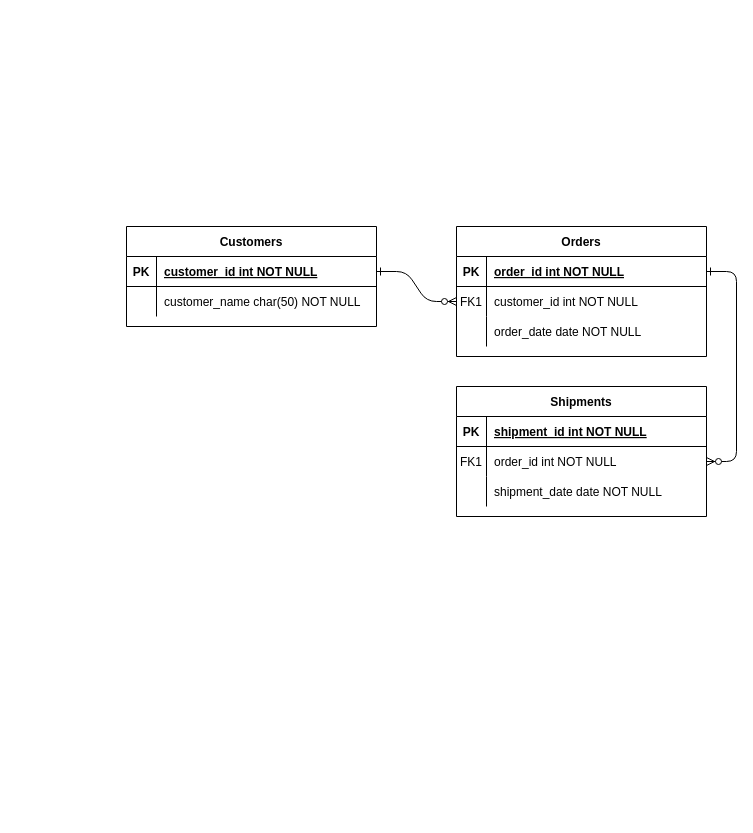
Before: Untitled Diagram.drawio in Ironhack-Data-0621-Remote/lab-database-normalization, a draw.io diagram. Source tidied: cells renumbered, new cells numbered last; positions are measured from the earlier drawing's top-left corner, leaving out a move shared by most shapes. Both pictures are drawn from the tidied source at 100%, with x=0, y=0 at pixel (126, 226).
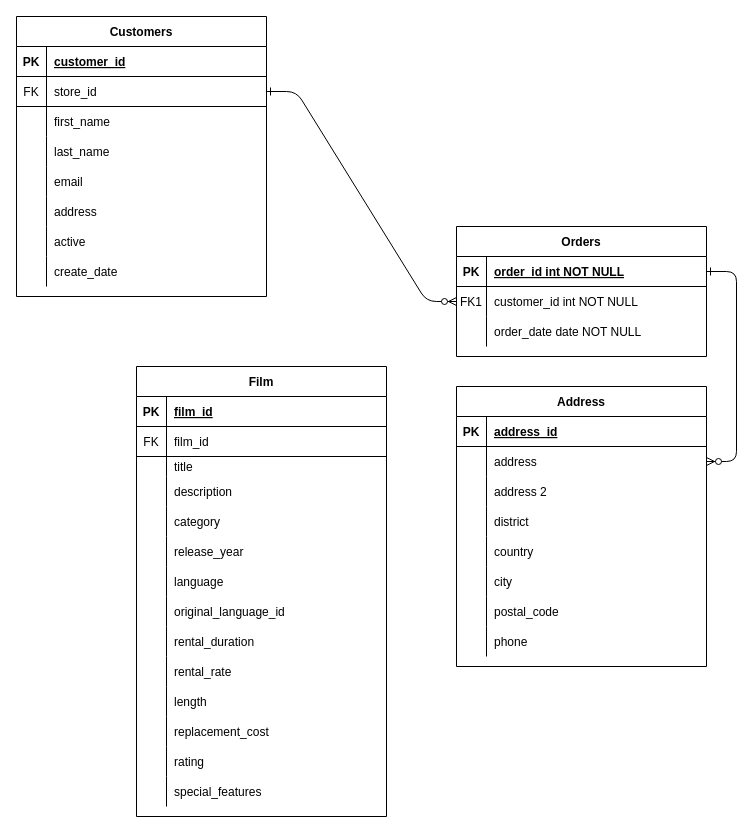
Above is the later version.

Unchanged cells that the change refers to:
```xml
<mxCell id="15" style="shape=partialRectangle;fillColor=none;top=0;left=0;right=0;bottom=1;" parent="14" vertex="1">
  <mxGeometry y="30" width="250" height="30" as="geometry" />
</mxCell>
<mxCell id="18" style="shape=partialRectangle;fillColor=none;points=[[0,0.5],[1,0.5]];portConstraint=eastwest;top=0;left=0;right=0;bottom=0;" parent="14" vertex="1">
  <mxGeometry y="60" width="250" height="30" as="geometry" />
</mxCell>
<mxCell id="21" style="shape=partialRectangle;fillColor=none;top=0;left=0;right=0;bottom=0;" parent="14" vertex="1">
  <mxGeometry y="90" width="250" height="30" as="geometry" />
</mxCell>
```

Diff of the diagram source:
```diff
@@
-    <mxCell id="14" value="Shipments" style="shape=table;startSize=30;childLayout=tableLayout;rowLines=0;fontStyle=1;align=center;" parent="1" vertex="1">
-      <mxGeometry x="330" y="160" width="250" height="130" as="geometry" />
+    <mxCell id="14" value="Address" style="shape=table;startSize=30;childLayout=tableLayout;rowLines=0;fontStyle=1;align=center;" parent="1" vertex="1">
+      <mxGeometry x="330" y="160" width="250" height="280" as="geometry" />
     </mxCell>
@@
-    <mxCell id="17" value="shipment_id int NOT NULL " style="shape=partialRectangle;overflow=hidden;fillColor=none;top=0;left=0;bottom=0;right=0;align=left;spacingLeft=6;fontStyle=5;" parent="15" vertex="1">
+    <mxCell id="17" value="address_id" style="shape=partialRectangle;overflow=hidden;fillColor=none;top=0;left=0;bottom=0;right=0;align=left;spacingLeft=6;fontStyle=5;" parent="15" vertex="1">
       <mxGeometry x="30" width="220" height="30" as="geometry" />
     </mxCell>
@@
-    <mxCell id="19" value="FK1" style="shape=partialRectangle;overflow=hidden;fillColor=none;top=0;left=0;bottom=0;right=0;" parent="18" vertex="1">
+    <mxCell id="19" style="shape=partialRectangle;overflow=hidden;fillColor=none;top=0;left=0;bottom=0;right=0;" parent="18" vertex="1">
       <mxGeometry width="30" height="30" as="geometry" />
     </mxCell>
-    <mxCell id="20" value="order_id int NOT NULL" style="shape=partialRectangle;overflow=hidden;fillColor=none;top=0;left=0;bottom=0;right=0;align=left;spacingLeft=6;" parent="18" vertex="1">
+    <mxCell id="20" value="address" style="shape=partialRectangle;overflow=hidden;fillColor=none;top=0;left=0;bottom=0;right=0;align=left;spacingLeft=6;" parent="18" vertex="1">
       <mxGeometry x="30" width="220" height="30" as="geometry" />
     </mxCell>
@@
-    <mxCell id="23" value="shipment_date date NOT NULL" style="shape=partialRectangle;overflow=hidden;fillColor=none;top=0;left=0;bottom=0;right=0;align=left;spacingLeft=6;" parent="21" vertex="1">
+    <mxCell id="23" value="address 2" style="shape=partialRectangle;overflow=hidden;fillColor=none;top=0;left=0;bottom=0;right=0;align=left;spacingLeft=6;" parent="21" vertex="1">
       <mxGeometry x="30" width="220" height="30" as="geometry" />
     </mxCell>
+    <mxCell id="31" style="shape=partialRectangle;fillColor=none;top=0;left=0;right=0;bottom=0;" parent="14" vertex="1">
+      <mxGeometry y="120" width="250" height="30" as="geometry" />
+    </mxCell>
+    <mxCell id="32" style="shape=partialRectangle;overflow=hidden;fillColor=none;top=0;left=0;bottom=0;right=0;" parent="31" vertex="1">
+      <mxGeometry width="30" height="30" as="geometry" />
+    </mxCell>
+    <mxCell id="33" value="district" style="shape=partialRectangle;overflow=hidden;fillColor=none;top=0;left=0;bottom=0;right=0;align=left;spacingLeft=6;" parent="31" vertex="1">
+      <mxGeometry x="30" width="220" height="30" as="geometry" />
+    </mxCell>
+    <mxCell id="34" style="shape=partialRectangle;fillColor=none;top=0;left=0;right=0;bottom=0;" parent="14" vertex="1">
+      <mxGeometry y="150" width="250" height="30" as="geometry" />
+    </mxCell>
+    <mxCell id="35" style="shape=partialRectangle;overflow=hidden;fillColor=none;top=0;left=0;bottom=0;right=0;" parent="34" vertex="1">
+      <mxGeometry width="30" height="30" as="geometry" />
+    </mxCell>
+    <mxCell id="36" value="country" style="shape=partialRectangle;overflow=hidden;fillColor=none;top=0;left=0;bottom=0;right=0;align=left;spacingLeft=6;" parent="34" vertex="1">
+      <mxGeometry x="30" width="220" height="30" as="geometry" />
+    </mxCell>
+    <mxCell id="37" style="shape=partialRectangle;fillColor=none;top=0;left=0;right=0;bottom=0;" parent="14" vertex="1">
+      <mxGeometry y="180" width="250" height="30" as="geometry" />
+    </mxCell>
+    <mxCell id="38" style="shape=partialRectangle;overflow=hidden;fillColor=none;top=0;left=0;bottom=0;right=0;" parent="37" vertex="1">
+      <mxGeometry width="30" height="30" as="geometry" />
+    </mxCell>
+    <mxCell id="39" value="city" style="shape=partialRectangle;overflow=hidden;fillColor=none;top=0;left=0;bottom=0;right=0;align=left;spacingLeft=6;" parent="37" vertex="1">
+      <mxGeometry x="30" width="220" height="30" as="geometry" />
+    </mxCell>
+    <mxCell id="40" style="shape=partialRectangle;fillColor=none;top=0;left=0;right=0;bottom=0;" parent="14" vertex="1">
+      <mxGeometry y="210" width="250" height="30" as="geometry" />
+    </mxCell>
+    <mxCell id="41" style="shape=partialRectangle;overflow=hidden;fillColor=none;top=0;left=0;bottom=0;right=0;" parent="40" vertex="1">
+      <mxGeometry width="30" height="30" as="geometry" />
+    </mxCell>
+    <mxCell id="42" value="postal_code" style="shape=partialRectangle;overflow=hidden;fillColor=none;top=0;left=0;bottom=0;right=0;align=left;spacingLeft=6;" parent="40" vertex="1">
+      <mxGeometry x="30" width="220" height="30" as="geometry" />
+    </mxCell>
+    <mxCell id="43" style="shape=partialRectangle;fillColor=none;top=0;left=0;right=0;bottom=0;" parent="14" vertex="1">
+      <mxGeometry y="240" width="250" height="30" as="geometry" />
+    </mxCell>
+    <mxCell id="44" style="shape=partialRectangle;overflow=hidden;fillColor=none;top=0;left=0;bottom=0;right=0;" parent="43" vertex="1">
+      <mxGeometry width="30" height="30" as="geometry" />
+    </mxCell>
+    <mxCell id="45" value="phone" style="shape=partialRectangle;overflow=hidden;fillColor=none;top=0;left=0;bottom=0;right=0;align=left;spacingLeft=6;" parent="43" vertex="1">
+      <mxGeometry x="30" width="220" height="30" as="geometry" />
+    </mxCell>
     <mxCell id="24" value="Customers" style="shape=table;startSize=30;childLayout=tableLayout;rowLines=0;fontStyle=1;align=center;" parent="1" vertex="1">
-      <mxGeometry width="250" height="100" as="geometry" />
+      <mxGeometry x="-110" y="-210" width="250" height="280" as="geometry" />
     </mxCell>
+    <mxCell id="46" style="shape=partialRectangle;fillColor=none;top=0;left=0;right=0;bottom=1;" parent="24" vertex="1">
+      <mxGeometry y="30" width="250" height="30" as="geometry" />
+    </mxCell>
+    <mxCell id="47" value="PK" style="shape=partialRectangle;overflow=hidden;fillColor=none;top=0;left=0;bottom=0;right=0;fontStyle=1;" parent="46" vertex="1">
+      <mxGeometry width="30" height="30" as="geometry" />
+    </mxCell>
+    <mxCell id="48" value="customer_id" style="shape=partialRectangle;overflow=hidden;fillColor=none;top=0;left=0;bottom=0;right=0;align=left;spacingLeft=6;fontStyle=5;" parent="46" vertex="1">
+      <mxGeometry x="30" width="220" height="30" as="geometry" />
+    </mxCell>
     <mxCell id="25" style="shape=partialRectangle;fillColor=none;points=[[0,0.5],[1,0.5]];portConstraint=eastwest;top=0;left=0;right=0;bottom=1;" parent="24" vertex="1">
-      <mxGeometry y="30" width="250" height="30" as="geometry" />
+      <mxGeometry y="60" width="250" height="30" as="geometry" />
     </mxCell>
-    <mxCell id="26" value="PK" style="shape=partialRectangle;overflow=hidden;fillColor=none;top=0;left=0;bottom=0;right=0;fontStyle=1;" parent="25" vertex="1">
+    <mxCell id="26" value="FK" style="shape=partialRectangle;overflow=hidden;fillColor=none;top=0;left=0;bottom=0;right=0;fontStyle=0;" parent="25" vertex="1">
       <mxGeometry width="30" height="30" as="geometry" />
     </mxCell>
-    <mxCell id="27" value="customer_id int NOT NULL " style="shape=partialRectangle;overflow=hidden;fillColor=none;top=0;left=0;bottom=0;right=0;align=left;spacingLeft=6;fontStyle=5;" parent="25" vertex="1">
+    <mxCell id="27" value="store_id" style="shape=partialRectangle;overflow=hidden;fillColor=none;top=0;left=0;bottom=0;right=0;align=left;spacingLeft=6;fontStyle=0;" parent="25" vertex="1">
       <mxGeometry x="30" width="220" height="30" as="geometry" />
     </mxCell>
     <mxCell id="28" style="shape=partialRectangle;fillColor=none;top=0;left=0;right=0;bottom=0;" parent="24" vertex="1">
-      <mxGeometry y="60" width="250" height="30" as="geometry" />
+      <mxGeometry y="90" width="250" height="30" as="geometry" />
     </mxCell>
@@
-    <mxCell id="30" value="customer_name char(50) NOT NULL" style="shape=partialRectangle;overflow=hidden;fillColor=none;top=0;left=0;bottom=0;right=0;align=left;spacingLeft=6;" parent="28" vertex="1">
+    <mxCell id="30" value="first_name" style="shape=partialRectangle;overflow=hidden;fillColor=none;top=0;left=0;bottom=0;right=0;align=left;spacingLeft=6;" parent="28" vertex="1">
       <mxGeometry x="30" width="220" height="30" as="geometry" />
     </mxCell>
+    <mxCell id="49" style="shape=partialRectangle;fillColor=none;top=0;left=0;right=0;bottom=0;" parent="24" vertex="1">
+      <mxGeometry y="120" width="250" height="30" as="geometry" />
+    </mxCell>
+    <mxCell id="50" style="shape=partialRectangle;overflow=hidden;fillColor=none;top=0;left=0;bottom=0;right=0;" parent="49" vertex="1">
+      <mxGeometry width="30" height="30" as="geometry" />
+    </mxCell>
+    <mxCell id="51" value="last_name" style="shape=partialRectangle;overflow=hidden;fillColor=none;top=0;left=0;bottom=0;right=0;align=left;spacingLeft=6;" parent="49" vertex="1">
+      <mxGeometry x="30" width="220" height="30" as="geometry" />
+    </mxCell>
+    <mxCell id="52" style="shape=partialRectangle;fillColor=none;top=0;left=0;right=0;bottom=0;" parent="24" vertex="1">
+      <mxGeometry y="150" width="250" height="30" as="geometry" />
+    </mxCell>
+    <mxCell id="53" style="shape=partialRectangle;overflow=hidden;fillColor=none;top=0;left=0;bottom=0;right=0;" parent="52" vertex="1">
+      <mxGeometry width="30" height="30" as="geometry" />
+    </mxCell>
+    <mxCell id="54" value="email" style="shape=partialRectangle;overflow=hidden;fillColor=none;top=0;left=0;bottom=0;right=0;align=left;spacingLeft=6;" parent="52" vertex="1">
+      <mxGeometry x="30" width="220" height="30" as="geometry" />
+    </mxCell>
+    <mxCell id="55" style="shape=partialRectangle;fillColor=none;top=0;left=0;right=0;bottom=0;" parent="24" vertex="1">
+      <mxGeometry y="180" width="250" height="30" as="geometry" />
+    </mxCell>
+    <mxCell id="56" style="shape=partialRectangle;overflow=hidden;fillColor=none;top=0;left=0;bottom=0;right=0;" parent="55" vertex="1">
+      <mxGeometry width="30" height="30" as="geometry" />
+    </mxCell>
+    <mxCell id="57" value="address" style="shape=partialRectangle;overflow=hidden;fillColor=none;top=0;left=0;bottom=0;right=0;align=left;spacingLeft=6;" parent="55" vertex="1">
+      <mxGeometry x="30" width="220" height="30" as="geometry" />
+    </mxCell>
+    <mxCell id="58" style="shape=partialRectangle;fillColor=none;top=0;left=0;right=0;bottom=0;" parent="24" vertex="1">
+      <mxGeometry y="210" width="250" height="30" as="geometry" />
+    </mxCell>
+    <mxCell id="59" style="shape=partialRectangle;overflow=hidden;fillColor=none;top=0;left=0;bottom=0;right=0;" parent="58" vertex="1">
+      <mxGeometry width="30" height="30" as="geometry" />
+    </mxCell>
+    <mxCell id="60" value="active" style="shape=partialRectangle;overflow=hidden;fillColor=none;top=0;left=0;bottom=0;right=0;align=left;spacingLeft=6;" parent="58" vertex="1">
+      <mxGeometry x="30" width="220" height="30" as="geometry" />
+    </mxCell>
+    <mxCell id="61" style="shape=partialRectangle;fillColor=none;top=0;left=0;right=0;bottom=0;" parent="24" vertex="1">
+      <mxGeometry y="240" width="250" height="30" as="geometry" />
+    </mxCell>
+    <mxCell id="62" style="shape=partialRectangle;overflow=hidden;fillColor=none;top=0;left=0;bottom=0;right=0;" parent="61" vertex="1">
+      <mxGeometry width="30" height="30" as="geometry" />
+    </mxCell>
+    <mxCell id="63" value="create_date" style="shape=partialRectangle;overflow=hidden;fillColor=none;top=0;left=0;bottom=0;right=0;align=left;spacingLeft=6;" parent="61" vertex="1">
+      <mxGeometry x="30" width="220" height="30" as="geometry" />
+    </mxCell>
+    <mxCell id="64" value="Film" style="shape=table;startSize=30;childLayout=tableLayout;rowLines=0;fontStyle=1;align=center;" parent="1" vertex="1">
+      <mxGeometry x="10" y="140" width="250" height="450" as="geometry" />
+    </mxCell>
+    <mxCell id="65" style="shape=partialRectangle;fillColor=none;top=0;left=0;right=0;bottom=1;" parent="64" vertex="1">
+      <mxGeometry y="30" width="250" height="30" as="geometry" />
+    </mxCell>
+    <mxCell id="66" value="PK" style="shape=partialRectangle;overflow=hidden;fillColor=none;top=0;left=0;bottom=0;right=0;fontStyle=1;" parent="65" vertex="1">
+      <mxGeometry width="30" height="30" as="geometry" />
+    </mxCell>
+    <mxCell id="67" value="film_id" style="shape=partialRectangle;overflow=hidden;fillColor=none;top=0;left=0;bottom=0;right=0;align=left;spacingLeft=6;fontStyle=5;" parent="65" vertex="1">
+      <mxGeometry x="30" width="220" height="30" as="geometry" />
+    </mxCell>
+    <mxCell id="68" style="shape=partialRectangle;fillColor=none;top=0;left=0;right=0;bottom=1;" parent="64" vertex="1">
+      <mxGeometry y="60" width="250" height="30" as="geometry" />
+    </mxCell>
+    <mxCell id="69" value="FK" style="shape=partialRectangle;overflow=hidden;fillColor=none;top=0;left=0;bottom=0;right=0;fontStyle=0;" parent="68" vertex="1">
+      <mxGeometry width="30" height="30" as="geometry" />
+    </mxCell>
+    <mxCell id="70" style="shape=partialRectangle;overflow=hidden;fillColor=none;top=0;left=0;bottom=0;right=0;align=left;spacingLeft=6;fontStyle=5;" parent="68" vertex="1">
+      <mxGeometry x="30" width="220" height="30" as="geometry" />
+    </mxCell>
+    <mxCell id="71" style="shape=partialRectangle;fillColor=none;top=0;left=0;right=0;bottom=0;" parent="64" vertex="1">
+      <mxGeometry y="90" width="250" height="20" as="geometry" />
+    </mxCell>
+    <mxCell id="72" style="shape=partialRectangle;overflow=hidden;fillColor=none;top=0;left=0;bottom=0;right=0;" parent="71" vertex="1">
+      <mxGeometry width="30" height="20" as="geometry" />
+    </mxCell>
+    <mxCell id="73" value="title" style="shape=partialRectangle;overflow=hidden;fillColor=none;top=0;left=0;bottom=0;right=0;align=left;spacingLeft=6;" parent="71" vertex="1">
+      <mxGeometry x="30" width="220" height="20" as="geometry" />
+    </mxCell>
+    <mxCell id="74" style="shape=partialRectangle;fillColor=none;top=0;left=0;right=0;bottom=0;" parent="64" vertex="1">
+      <mxGeometry y="110" width="250" height="30" as="geometry" />
+    </mxCell>
+    <mxCell id="75" style="shape=partialRectangle;overflow=hidden;fillColor=none;top=0;left=0;bottom=0;right=0;" parent="74" vertex="1">
+      <mxGeometry width="30" height="30" as="geometry" />
+    </mxCell>
+    <mxCell id="76" value="description" style="shape=partialRectangle;overflow=hidden;fillColor=none;top=0;left=0;bottom=0;right=0;align=left;spacingLeft=6;" parent="74" vertex="1">
+      <mxGeometry x="30" width="220" height="30" as="geometry" />
+    </mxCell>
+    <mxCell id="77" style="shape=partialRectangle;fillColor=none;top=0;left=0;right=0;bottom=0;" parent="64" vertex="1">
+      <mxGeometry y="140" width="250" height="30" as="geometry" />
+    </mxCell>
+    <mxCell id="78" style="shape=partialRectangle;overflow=hidden;fillColor=none;top=0;left=0;bottom=0;right=0;" parent="77" vertex="1">
+      <mxGeometry width="30" height="30" as="geometry" />
+    </mxCell>
+    <mxCell id="79" value="category" style="shape=partialRectangle;overflow=hidden;fillColor=none;top=0;left=0;bottom=0;right=0;align=left;spacingLeft=6;" parent="77" vertex="1">
+      <mxGeometry x="30" width="220" height="30" as="geometry" />
+    </mxCell>
+    <mxCell id="80" style="shape=partialRectangle;fillColor=none;top=0;left=0;right=0;bottom=0;" parent="64" vertex="1">
+      <mxGeometry y="170" width="250" height="30" as="geometry" />
+    </mxCell>
+    <mxCell id="81" style="shape=partialRectangle;overflow=hidden;fillColor=none;top=0;left=0;bottom=0;right=0;" parent="80" vertex="1">
+      <mxGeometry width="30" height="30" as="geometry" />
+    </mxCell>
+    <mxCell id="82" value="release_year" style="shape=partialRectangle;overflow=hidden;fillColor=none;top=0;left=0;bottom=0;right=0;align=left;spacingLeft=6;" parent="80" vertex="1">
+      <mxGeometry x="30" width="220" height="30" as="geometry" />
+    </mxCell>
+    <mxCell id="83" style="shape=partialRectangle;fillColor=none;top=0;left=0;right=0;bottom=0;" parent="64" vertex="1">
+      <mxGeometry y="200" width="250" height="30" as="geometry" />
+    </mxCell>
+    <mxCell id="84" style="shape=partialRectangle;overflow=hidden;fillColor=none;top=0;left=0;bottom=0;right=0;" parent="83" vertex="1">
+      <mxGeometry width="30" height="30" as="geometry" />
+    </mxCell>
+    <mxCell id="85" value="language" style="shape=partialRectangle;overflow=hidden;fillColor=none;top=0;left=0;bottom=0;right=0;align=left;spacingLeft=6;" parent="83" vertex="1">
+      <mxGeometry x="30" width="220" height="30" as="geometry" />
+    </mxCell>
+    <mxCell id="86" style="shape=partialRectangle;fillColor=none;top=0;left=0;right=0;bottom=0;" parent="64" vertex="1">
+      <mxGeometry y="230" width="250" height="30" as="geometry" />
+    </mxCell>
+    <mxCell id="87" style="shape=partialRectangle;overflow=hidden;fillColor=none;top=0;left=0;bottom=0;right=0;" parent="86" vertex="1">
+      <mxGeometry width="30" height="30" as="geometry" />
+    </mxCell>
+    <mxCell id="88" value="original_language_id" style="shape=partialRectangle;overflow=hidden;fillColor=none;top=0;left=0;bottom=0;right=0;align=left;spacingLeft=6;" parent="86" vertex="1">
+      <mxGeometry x="30" width="220" height="30" as="geometry" />
+    </mxCell>
+    <mxCell id="89" style="shape=partialRectangle;fillColor=none;top=0;left=0;right=0;bottom=0;" parent="64" vertex="1">
+      <mxGeometry y="260" width="250" height="30" as="geometry" />
+    </mxCell>
+    <mxCell id="90" style="shape=partialRectangle;overflow=hidden;fillColor=none;top=0;left=0;bottom=0;right=0;" parent="89" vertex="1">
+      <mxGeometry width="30" height="30" as="geometry" />
+    </mxCell>
+    <mxCell id="91" value="rental_duration" style="shape=partialRectangle;overflow=hidden;fillColor=none;top=0;left=0;bottom=0;right=0;align=left;spacingLeft=6;" parent="89" vertex="1">
+      <mxGeometry x="30" width="220" height="30" as="geometry" />
+    </mxCell>
+    <mxCell id="92" style="shape=partialRectangle;fillColor=none;top=0;left=0;right=0;bottom=0;" parent="64" vertex="1">
+      <mxGeometry y="290" width="250" height="30" as="geometry" />
+    </mxCell>
+    <mxCell id="93" style="shape=partialRectangle;overflow=hidden;fillColor=none;top=0;left=0;bottom=0;right=0;" parent="92" vertex="1">
+      <mxGeometry width="30" height="30" as="geometry" />
+    </mxCell>
+    <mxCell id="94" value="rental_rate" style="shape=partialRectangle;overflow=hidden;fillColor=none;top=0;left=0;bottom=0;right=0;align=left;spacingLeft=6;" parent="92" vertex="1">
+      <mxGeometry x="30" width="220" height="30" as="geometry" />
+    </mxCell>
+    <mxCell id="95" style="shape=partialRectangle;fillColor=none;top=0;left=0;right=0;bottom=0;" parent="64" vertex="1">
+      <mxGeometry y="320" width="250" height="30" as="geometry" />
+    </mxCell>
+    <mxCell id="96" style="shape=partialRectangle;overflow=hidden;fillColor=none;top=0;left=0;bottom=0;right=0;" parent="95" vertex="1">
+      <mxGeometry width="30" height="30" as="geometry" />
+    </mxCell>
+    <mxCell id="97" value="length" style="shape=partialRectangle;overflow=hidden;fillColor=none;top=0;left=0;bottom=0;right=0;align=left;spacingLeft=6;" parent="95" vertex="1">
+      <mxGeometry x="30" width="220" height="30" as="geometry" />
+    </mxCell>
+    <mxCell id="98" style="shape=partialRectangle;fillColor=none;top=0;left=0;right=0;bottom=0;" parent="64" vertex="1">
+      <mxGeometry y="350" width="250" height="30" as="geometry" />
+    </mxCell>
+    <mxCell id="99" style="shape=partialRectangle;overflow=hidden;fillColor=none;top=0;left=0;bottom=0;right=0;" parent="98" vertex="1">
+      <mxGeometry width="30" height="30" as="geometry" />
+    </mxCell>
+    <mxCell id="100" value="replacement_cost" style="shape=partialRectangle;overflow=hidden;fillColor=none;top=0;left=0;bottom=0;right=0;align=left;spacingLeft=6;" parent="98" vertex="1">
+      <mxGeometry x="30" width="220" height="30" as="geometry" />
+    </mxCell>
+    <mxCell id="101" style="shape=partialRectangle;fillColor=none;top=0;left=0;right=0;bottom=0;" parent="64" vertex="1">
+      <mxGeometry y="380" width="250" height="30" as="geometry" />
+    </mxCell>
+    <mxCell id="102" style="shape=partialRectangle;overflow=hidden;fillColor=none;top=0;left=0;bottom=0;right=0;" parent="101" vertex="1">
+      <mxGeometry width="30" height="30" as="geometry" />
+    </mxCell>
+    <mxCell id="103" value="rating" style="shape=partialRectangle;overflow=hidden;fillColor=none;top=0;left=0;bottom=0;right=0;align=left;spacingLeft=6;" parent="101" vertex="1">
+      <mxGeometry x="30" width="220" height="30" as="geometry" />
+    </mxCell>
+    <mxCell id="104" style="shape=partialRectangle;fillColor=none;top=0;left=0;right=0;bottom=0;" parent="64" vertex="1">
+      <mxGeometry y="410" width="250" height="30" as="geometry" />
+    </mxCell>
+    <mxCell id="105" style="shape=partialRectangle;overflow=hidden;fillColor=none;top=0;left=0;bottom=0;right=0;" parent="104" vertex="1">
+      <mxGeometry width="30" height="30" as="geometry" />
+    </mxCell>
+    <mxCell id="106" value="special_features" style="shape=partialRectangle;overflow=hidden;fillColor=none;top=0;left=0;bottom=0;right=0;align=left;spacingLeft=6;" parent="104" vertex="1">
+      <mxGeometry x="30" width="220" height="30" as="geometry" />
+    </mxCell>
+    <mxCell id="107" value="film_id" style="shape=partialRectangle;overflow=hidden;fillColor=none;top=0;left=0;bottom=0;right=0;align=left;spacingLeft=6;fontStyle=0;" parent="1" vertex="1">
+      <mxGeometry x="40" y="200" width="220" height="30" as="geometry" />
+    </mxCell>
```
